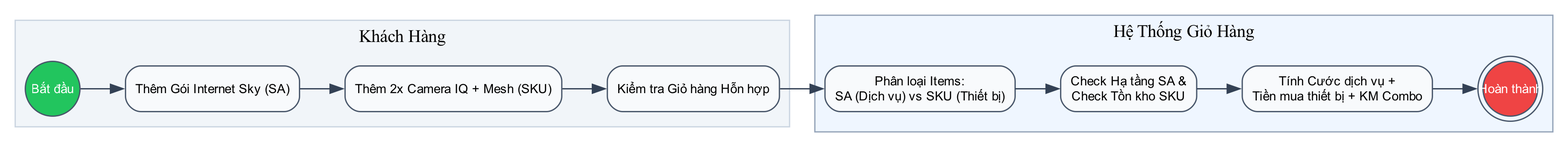
Earlier version of the Graphviz export diagrams/bpmn_fr08_skusa.png (hathuy2706-BA/FPT). Its source is kept beside it as diagrams/bpmn_fr08_skusa.dot. Source of this version:
```dot
digraph G {
    rankdir=LR; bgcolor="white";
    node [fontname="Arial", fontsize=10, shape=box, style="filled,rounded", fillcolor="#F8FAFC", color="#475569"];
    edge [fontname="Arial", fontsize=9, color="#334155"];

    subgraph cluster_user {
        label="Khách Hàng"; style=filled; fillcolor="#F1F5F9"; color="#CBD5E1";
        start [label="Bắt đầu", shape=circle, fillcolor="#22C55E", fontcolor="white", width=0.6, fixedsize=true];
        add_sa [label="Thêm Gói Internet Sky (SA)"];
        add_sku [label="Thêm 2x Camera IQ + Mesh (SKU)"];
        view_mixed [label="Kiểm tra Giỏ hàng Hỗn hợp"];
    }

    subgraph cluster_system {
        label="Hệ Thống Giỏ Hàng"; style=filled; fillcolor="#EFF6FF"; color="#94A3B8";
        split_items [label="Phân loại Items:
SA (Dịch vụ) vs SKU (Thiết bị)"];
        check_geo_both [label="Check Hạ tầng SA &
Check Tồn kho SKU"];
        calc_total_mix [label="Tính Cước dịch vụ +
Tiền mua thiết bị + KM Combo"];
        end [label="Hoàn thành", shape=doublecircle, fillcolor="#EF4444", fontcolor="white", width=0.6, fixedsize=true];
    }

    start -> add_sa -> add_sku -> view_mixed -> split_items -> check_geo_both -> calc_total_mix -> end;
}
```
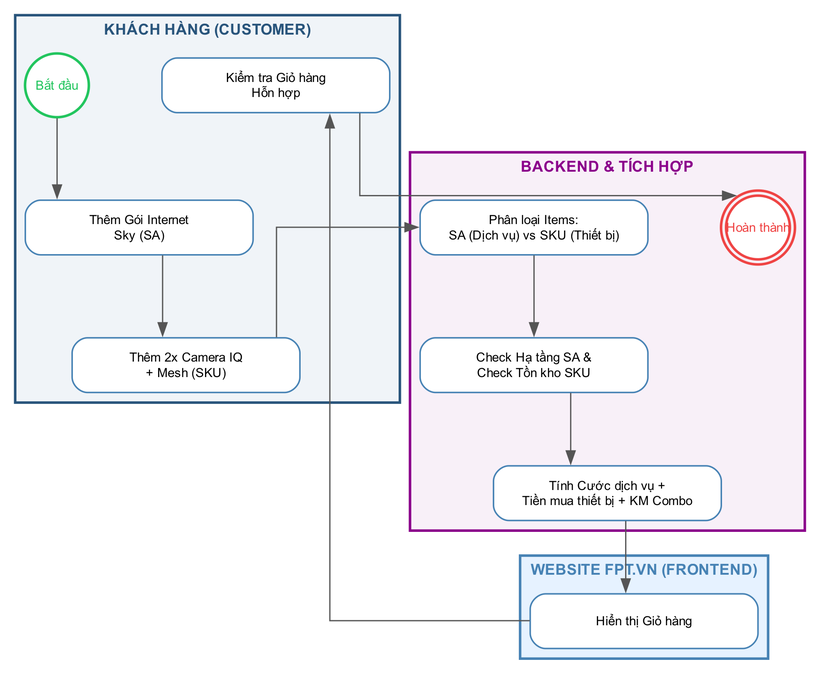
After the change.

The edit, as a diff of the source:
```diff
@@ -1,26 +1,42 @@
 digraph G {
-    rankdir=LR; bgcolor="white";
-    node [fontname="Arial", fontsize=10, shape=box, style="filled,rounded", fillcolor="#F8FAFC", color="#475569"];
-    edge [fontname="Arial", fontsize=9, color="#334155"];
 
-    subgraph cluster_user {
-        label="Khách Hàng"; style=filled; fillcolor="#F1F5F9"; color="#CBD5E1";
-        start [label="Bắt đầu", shape=circle, fillcolor="#22C55E", fontcolor="white", width=0.6, fixedsize=true];
-        add_sa [label="Thêm Gói Internet Sky (SA)"];
-        add_sku [label="Thêm 2x Camera IQ + Mesh (SKU)"];
-        view_mixed [label="Kiểm tra Giỏ hàng Hỗn hợp"];
+    rankdir=TB;
+    splines=ortho;
+    nodesep=0.8;
+    ranksep=0.8;
+    node [fontname="Arial", fontsize=10, shape=box, style="rounded,filled", fillcolor="white", color="#4682B4", penwidth=1.2, width=2.5, height=0.6];
+    edge [fontname="Arial", fontsize=9, color="#555555", penwidth=1.0];
+
+
+    subgraph cluster_customer {
+        label="KHÁCH HÀNG (CUSTOMER)";
+        style=filled; color="#28547B"; fillcolor="#F0F4F8"; penwidth=2;
+        fontcolor="#28547B"; fontsize=12; fontname="Arial bold"; labelloc="t"; labeljust="c";
+
+        start [label="Bắt đầu", shape=circle, style="filled", fillcolor="white", color="#22C55E", fontcolor="#22C55E", penwidth=2, width=0.7, fixedsize=true];
+        add_sa [label="Thêm Gói Internet\nSky (SA)"];
+        add_sku [label="Thêm 2x Camera IQ\n+ Mesh (SKU)"];
+        view_mixed [label="Kiểm tra Giỏ hàng\nHỗn hợp"];
     }
 
-    subgraph cluster_system {
-        label="Hệ Thống Giỏ Hàng"; style=filled; fillcolor="#EFF6FF"; color="#94A3B8";
-        split_items [label="Phân loại Items:
-SA (Dịch vụ) vs SKU (Thiết bị)"];
-        check_geo_both [label="Check Hạ tầng SA &
-Check Tồn kho SKU"];
-        calc_total_mix [label="Tính Cước dịch vụ +
-Tiền mua thiết bị + KM Combo"];
-        end [label="Hoàn thành", shape=doublecircle, fillcolor="#EF4444", fontcolor="white", width=0.6, fixedsize=true];
+    subgraph cluster_fe {
+        label="WEBSITE FPT.VN (FRONTEND)";
+        style=filled; color="#4682B4"; fillcolor="#E6F2FF"; penwidth=2;
+        fontcolor="#4682B4"; fontsize=12; fontname="Arial bold"; labelloc="t"; labeljust="c";
+
+        display_cart [label="Hiển thị Giỏ hàng"];
     }
 
-    start -> add_sa -> add_sku -> view_mixed -> split_items -> check_geo_both -> calc_total_mix -> end;
+    subgraph cluster_be {
+        label="BACKEND & TÍCH HỢP";
+        style=filled; color="#8B008B"; fillcolor="#F8F0F8"; penwidth=2;
+        fontcolor="#8B008B"; fontsize=12; fontname="Arial bold"; labelloc="t"; labeljust="c";
+
+        split_items [label="Phân loại Items:\nSA (Dịch vụ) vs SKU (Thiết bị)"];
+        check_geo_both [label="Check Hạ tầng SA &\nCheck Tồn kho SKU"];
+        calc_total_mix [label="Tính Cước dịch vụ +\nTiền mua thiết bị + KM Combo"];
+        end [label="Hoàn thành", shape=doublecircle, style="filled", fillcolor="white", color="#EF4444", fontcolor="#EF4444", penwidth=2, width=0.7, fixedsize=true];
+    }
+
+    start -> add_sa -> add_sku -> split_items -> check_geo_both -> calc_total_mix -> display_cart -> view_mixed -> end;
 }
```
